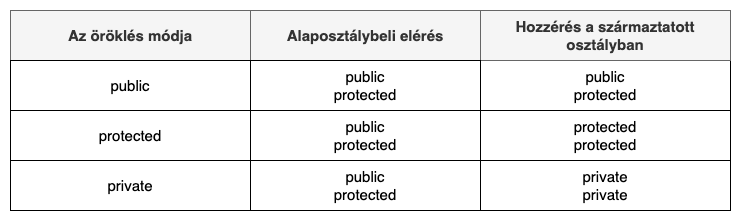
Earlier version of the draw.io export img/inheritanceCpp.png (agnekasan/Cpp). Source tidied: cells renumbered, new cells last; positions are measured from the earlier drawing's top-left corner, leaving out a move shared by most shapes.
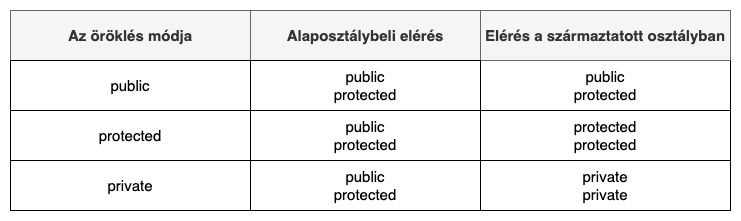
The same diagram one commit later.

What changed in the source:
```diff
@@ -11,7 +11,7 @@
     <mxCell id="4" value="Alaposztálybeli elérés" style="text;html=1;strokeColor=#666666;fillColor=#f5f5f5;align=center;verticalAlign=middle;whiteSpace=wrap;rounded=0;fontColor=#333333;fontSize=15;fontStyle=1;" parent="1" vertex="1">
       <mxGeometry x="240" width="230" height="50" as="geometry" />
     </mxCell>
-    <mxCell id="5" value="Hozzérés a származtatott osztályban" style="text;html=1;strokeColor=#666666;fillColor=#f5f5f5;align=center;verticalAlign=middle;whiteSpace=wrap;rounded=0;fontColor=#333333;fontSize=15;fontStyle=1;" parent="1" vertex="1">
+    <mxCell id="5" value="Elérés a származtatott osztályban" style="text;html=1;strokeColor=#666666;fillColor=#f5f5f5;align=center;verticalAlign=middle;whiteSpace=wrap;rounded=0;fontColor=#333333;fontSize=15;fontStyle=1;" parent="1" vertex="1">
       <mxGeometry x="470" width="250" height="50" as="geometry" />
     </mxCell>
     <mxCell id="6" value="public" style="text;html=1;align=center;verticalAlign=middle;whiteSpace=wrap;rounded=0;fontSize=15;strokeWidth=1;strokeColor=#000000;" parent="1" vertex="1">
```
